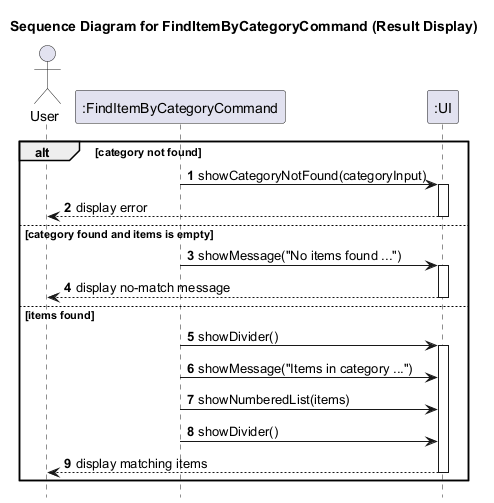
Before: docs/diagrams/sequence/FindItemByCategoryCommandDisplayFlow.png, a diagram exported from PlantUML (KOIiiii07/tp).
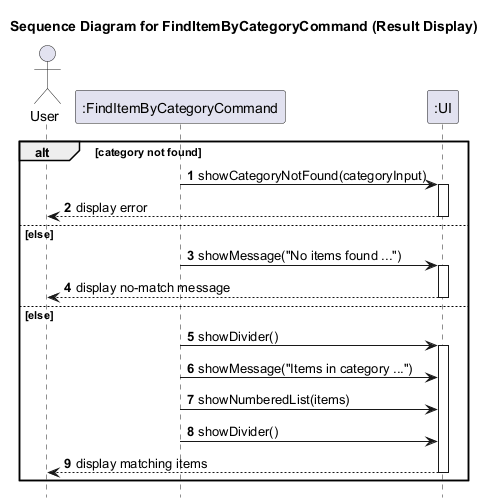
After the change.

What changed in the source:
```diff
@@ -13,12 +13,12 @@
     activate UI
     UI --> User: display error
     deactivate UI
-else category found and items is empty
+else else
     FindItemByCategoryCommand -> UI: showMessage("No items found ...")
     activate UI
     UI --> User: display no-match message
     deactivate UI
-else items found
+else else
     FindItemByCategoryCommand -> UI: showDivider()
     activate UI
     FindItemByCategoryCommand -> UI: showMessage("Items in category ...")
```
